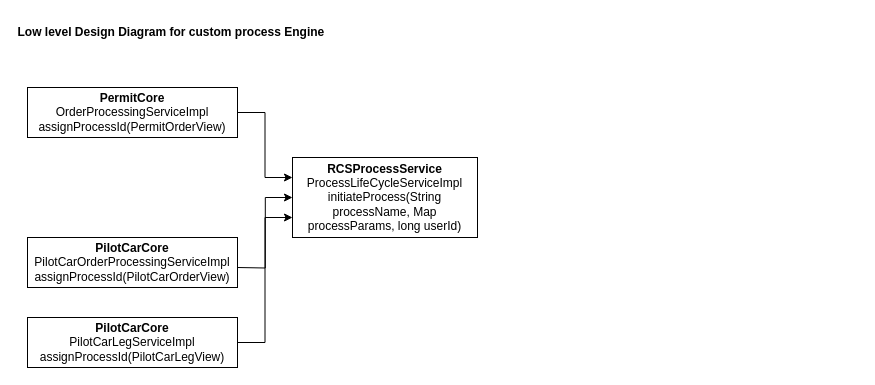
Above: Untitled Diagram.drawio in Jegadeeshkannan/Diagrams (draw.io), before the change. Source tidied: cells renumbered, new cells numbered last; positions are measured from the earlier drawing's top-left corner, leaving out a move shared by most shapes. Both pictures are drawn from the tidied source at 100%, with x=0, y=0 at pixel (17, 17).
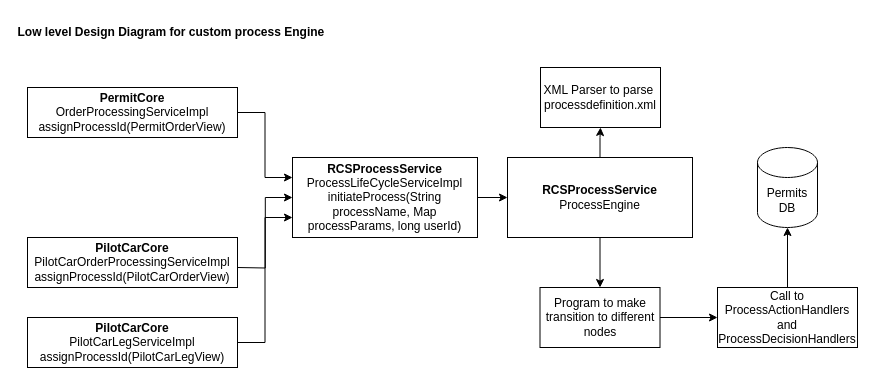
After the change.

Commit message:
Update for process engine low level design.drawio

Unchanged cells that the change refers to:
```xml
<mxCell id="6" value="&lt;b&gt;RCSProcessService&lt;/b&gt;&lt;br&gt;ProcessLifeCycleServiceImpl&lt;br&gt;initiateProcess(String processName, Map processParams, long userId)" style="rounded=0;whiteSpace=wrap;html=1;" parent="1" vertex="1">
  <mxGeometry x="275" y="140" width="185" height="80" as="geometry" />
</mxCell>
```

Diff of the diagram source:
```diff
@@
+    <mxCell id="10" style="edgeStyle=orthogonalEdgeStyle;rounded=0;jettySize=auto;html=1;" parent="1" edge="1" source="6" target="13">
+      <mxGeometry relative="1" as="geometry" />
+    </mxCell>
@@
+    <mxCell id="11" style="edgeStyle=orthogonalEdgeStyle;rounded=0;jettySize=auto;html=1;" parent="1" edge="1" source="13" target="14">
+      <mxGeometry relative="1" as="geometry" />
+    </mxCell>
+    <mxCell id="12" style="edgeStyle=orthogonalEdgeStyle;rounded=0;jettySize=auto;html=1;" parent="1" edge="1" source="13" target="16">
+      <mxGeometry relative="1" as="geometry" />
+    </mxCell>
+    <mxCell id="13" value="&lt;b&gt;RCSProcessService&lt;/b&gt;&lt;br&gt;ProcessEngine" style="rounded=0;whiteSpace=wrap;html=1;" parent="1" vertex="1">
+      <mxGeometry x="490" y="140" width="185" height="80" as="geometry" />
+    </mxCell>
+    <mxCell id="14" value="XML Parser to parse&amp;nbsp; processdefinition.xml" style="rounded=0;whiteSpace=wrap;html=1;" parent="1" vertex="1">
+      <mxGeometry x="523" y="50" width="120" height="60" as="geometry" />
+    </mxCell>
+    <mxCell id="15" style="edgeStyle=orthogonalEdgeStyle;rounded=0;jettySize=auto;html=1;" parent="1" edge="1" source="16" target="18">
+      <mxGeometry relative="1" as="geometry" />
+    </mxCell>
+    <mxCell id="16" value="Program to make transition to different nodes" style="rounded=0;whiteSpace=wrap;html=1;" parent="1" vertex="1">
+      <mxGeometry x="522.5" y="270" width="120" height="60" as="geometry" />
+    </mxCell>
+    <mxCell id="17" style="edgeStyle=orthogonalEdgeStyle;rounded=0;jettySize=auto;html=1;" parent="1" edge="1" source="18" target="19">
+      <mxGeometry relative="1" as="geometry" />
+    </mxCell>
+    <mxCell id="18" value="Call to ProcessActionHandlers and ProcessDecisionHandlers" style="rounded=0;whiteSpace=wrap;html=1;" parent="1" vertex="1">
+      <mxGeometry x="700" y="270" width="140" height="60" as="geometry" />
+    </mxCell>
+    <mxCell id="19" value="Permits DB" style="shape=cylinder3;whiteSpace=wrap;html=1;boundedLbl=1;backgroundOutline=1;size=15;" parent="1" vertex="1">
+      <mxGeometry x="740" y="130" width="60" height="80" as="geometry" />
+    </mxCell>
```
